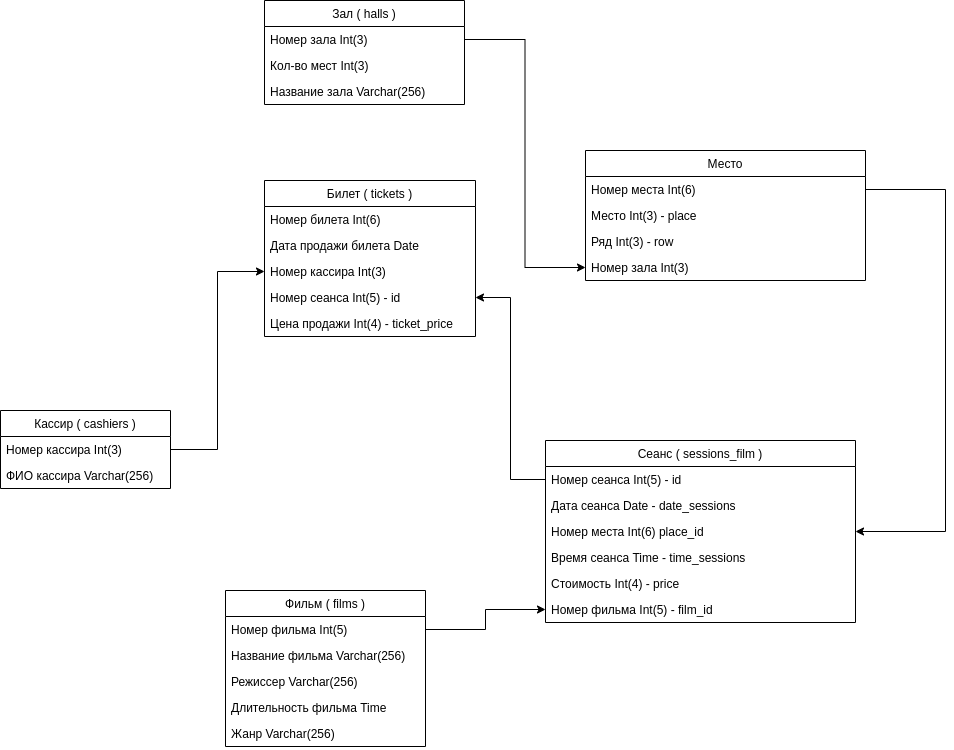
Earlier version of the draw.io export Модель базы данных для кинотеатров.png (otusteamedu/PHP2021). Source tidied: cells renumbered, new cells last; positions are measured from the earlier drawing's top-left corner, leaving out a move shared by most shapes. The source it was exported from:
```xml
<mxGraphModel>
  <root>
    <mxCell id="0" />
    <mxCell id="1" parent="0" />
    <mxCell id="2" value="Зал ( halls )" style="swimlane;fontStyle=0;horizontal=1;startSize=26;" parent="1" vertex="1">
      <mxGeometry x="264" width="200" height="104" as="geometry" />
    </mxCell>
    <mxCell id="3" value="Номер зала Int(3)" style="text;strokeColor=none;fillColor=none;align=left;verticalAlign=top;spacingLeft=4;spacingRight=4;overflow=hidden;points=[[0,0.5],[1,0.5]];portConstraint=eastwest;" parent="2" vertex="1">
      <mxGeometry y="26" width="200" height="26" as="geometry" />
    </mxCell>
    <mxCell id="4" value="Кол-во мест Int(3)" style="text;strokeColor=none;fillColor=none;align=left;verticalAlign=top;spacingLeft=4;spacingRight=4;overflow=hidden;" parent="2" vertex="1">
      <mxGeometry y="52" width="200" height="26" as="geometry" />
    </mxCell>
    <mxCell id="5" value="Название зала Varchar(256)" style="text;strokeColor=none;fillColor=none;align=left;verticalAlign=top;spacingLeft=4;spacingRight=4;overflow=hidden;" parent="2" vertex="1">
      <mxGeometry y="78" width="200" height="26" as="geometry" />
    </mxCell>
    <mxCell id="6" value="Билет ( tickets )" style="swimlane;fontStyle=0;horizontal=1;startSize=26;" parent="1" vertex="1">
      <mxGeometry x="264" y="180" width="211" height="156" as="geometry" />
    </mxCell>
    <mxCell id="7" value="Номер билета Int(6)" style="text;strokeColor=none;fillColor=none;align=left;verticalAlign=top;spacingLeft=4;spacingRight=4;overflow=hidden;" parent="6" vertex="1">
      <mxGeometry y="26" width="211" height="26" as="geometry" />
    </mxCell>
    <mxCell id="8" value="Дата продажи билета Date" style="text;strokeColor=none;fillColor=none;align=left;verticalAlign=top;spacingLeft=4;spacingRight=4;overflow=hidden;" parent="6" vertex="1">
      <mxGeometry y="52" width="211" height="26" as="geometry" />
    </mxCell>
    <mxCell id="9" value="Номер кассира Int(3)" style="text;strokeColor=none;fillColor=none;align=left;verticalAlign=top;spacingLeft=4;spacingRight=4;overflow=hidden;points=[[0,0.5],[1,0.5]];portConstraint=eastwest;" parent="6" vertex="1">
      <mxGeometry y="78" width="211" height="26" as="geometry" />
    </mxCell>
    <mxCell id="10" value="Номер сеанса Int(5) - id" style="text;strokeColor=none;fillColor=none;align=left;verticalAlign=top;spacingLeft=4;spacingRight=4;overflow=hidden;points=[[0,0.5],[1,0.5]];portConstraint=eastwest;" parent="6" vertex="1">
      <mxGeometry y="104" width="211" height="26" as="geometry" />
    </mxCell>
    <mxCell id="11" value="Цена продажи Int(4) - ticket_price&#10; " style="text;strokeColor=none;fillColor=none;align=left;verticalAlign=top;spacingLeft=4;spacingRight=4;overflow=hidden;" parent="6" vertex="1">
      <mxGeometry y="130" width="211" height="26" as="geometry" />
    </mxCell>
    <mxCell id="12" value="Сеанс ( sessions_film )" style="swimlane;fontStyle=0;horizontal=1;startSize=26;" parent="1" vertex="1">
      <mxGeometry x="545" y="440" width="310" height="182" as="geometry" />
    </mxCell>
    <mxCell id="13" value="Номер сеанса Int(5) - id" style="text;strokeColor=none;fillColor=none;align=left;verticalAlign=top;spacingLeft=4;spacingRight=4;overflow=hidden;points=[[0,0.5],[1,0.5]];portConstraint=eastwest;" parent="12" vertex="1">
      <mxGeometry y="26" width="310" height="26" as="geometry" />
    </mxCell>
    <mxCell id="14" value="Дата сеанса Date - date_sessions" style="text;strokeColor=none;fillColor=none;align=left;verticalAlign=top;spacingLeft=4;spacingRight=4;overflow=hidden;" parent="12" vertex="1">
      <mxGeometry y="52" width="310" height="26" as="geometry" />
    </mxCell>
    <mxCell id="15" value="Номер места Int(6) place_id" style="text;strokeColor=none;fillColor=none;align=left;verticalAlign=top;spacingLeft=4;spacingRight=4;overflow=hidden;points=[[0,0.5],[1,0.5]];portConstraint=eastwest;" parent="12" vertex="1">
      <mxGeometry y="78" width="310" height="26" as="geometry" />
    </mxCell>
    <mxCell id="16" value="Время сеанса Time - time_sessions" style="text;strokeColor=none;fillColor=none;align=left;verticalAlign=top;spacingLeft=4;spacingRight=4;overflow=hidden;" parent="12" vertex="1">
      <mxGeometry y="104" width="310" height="26" as="geometry" />
    </mxCell>
    <mxCell id="17" value="Стоимость Int(4) - price" style="text;strokeColor=none;fillColor=none;align=left;verticalAlign=top;spacingLeft=4;spacingRight=4;overflow=hidden;" parent="12" vertex="1">
      <mxGeometry y="130" width="310" height="26" as="geometry" />
    </mxCell>
    <mxCell id="18" value="Номер фильма Int(5) - film_id" style="text;strokeColor=none;fillColor=none;align=left;verticalAlign=top;spacingLeft=4;spacingRight=4;overflow=hidden;points=[[0,0.5],[1,0.5]];portConstraint=eastwest;" parent="12" vertex="1">
      <mxGeometry y="156" width="310" height="26" as="geometry" />
    </mxCell>
    <mxCell id="19" value="Фильм ( films )" style="swimlane;fontStyle=0;horizontal=1;startSize=26;" parent="1" vertex="1">
      <mxGeometry x="225" y="590" width="200" height="156" as="geometry" />
    </mxCell>
    <mxCell id="20" value="Номер фильма Int(5)" style="text;strokeColor=none;fillColor=none;align=left;verticalAlign=top;spacingLeft=4;spacingRight=4;overflow=hidden;points=[[0,0.5],[1,0.5]];portConstraint=eastwest;" parent="19" vertex="1">
      <mxGeometry y="26" width="200" height="26" as="geometry" />
    </mxCell>
    <mxCell id="21" value="Название фильма Varchar(256)" style="text;strokeColor=none;fillColor=none;align=left;verticalAlign=top;spacingLeft=4;spacingRight=4;overflow=hidden;" parent="19" vertex="1">
      <mxGeometry y="52" width="200" height="26" as="geometry" />
    </mxCell>
    <mxCell id="22" value="Режиссер Varchar(256)" style="text;strokeColor=none;fillColor=none;align=left;verticalAlign=top;spacingLeft=4;spacingRight=4;overflow=hidden;" parent="19" vertex="1">
      <mxGeometry y="78" width="200" height="26" as="geometry" />
    </mxCell>
    <mxCell id="23" value="Длительность фильма Time" style="text;strokeColor=none;fillColor=none;align=left;verticalAlign=top;spacingLeft=4;spacingRight=4;overflow=hidden;" parent="19" vertex="1">
      <mxGeometry y="104" width="200" height="26" as="geometry" />
    </mxCell>
    <mxCell id="24" value="Жанр Varchar(256)" style="text;strokeColor=none;fillColor=none;align=left;verticalAlign=top;spacingLeft=4;spacingRight=4;overflow=hidden;" parent="19" vertex="1">
      <mxGeometry y="130" width="200" height="26" as="geometry" />
    </mxCell>
    <mxCell id="25" value="Кассир ( cashiers )" style="swimlane;fontStyle=0;horizontal=1;startSize=26;" parent="1" vertex="1">
      <mxGeometry y="410" width="170" height="78" as="geometry" />
    </mxCell>
    <mxCell id="26" value="Номер кассира Int(3)" style="text;strokeColor=none;fillColor=none;align=left;verticalAlign=top;spacingLeft=4;spacingRight=4;overflow=hidden;points=[[0,0.5],[1,0.5]];portConstraint=eastwest;" parent="25" vertex="1">
      <mxGeometry y="26" width="170" height="26" as="geometry" />
    </mxCell>
    <mxCell id="27" value="ФИО кассира Varchar(256)" style="text;strokeColor=none;fillColor=none;align=left;verticalAlign=top;spacingLeft=4;spacingRight=4;overflow=hidden;" parent="25" vertex="1">
      <mxGeometry y="52" width="170" height="26" as="geometry" />
    </mxCell>
    <mxCell id="28" style="edgeStyle=orthogonalEdgeStyle;rounded=0;jettySize=auto;html=1;entryX=0;entryY=0.5;entryDx=0;entryDy=0;" parent="1" edge="1" source="26" target="9">
      <mxGeometry relative="1" as="geometry" />
    </mxCell>
    <mxCell id="29" style="edgeStyle=orthogonalEdgeStyle;rounded=0;jettySize=auto;html=1;entryX=0;entryY=0.5;entryDx=0;entryDy=0;" parent="1" edge="1" source="20" target="18">
      <mxGeometry relative="1" as="geometry" />
    </mxCell>
    <mxCell id="30" value="Место" style="swimlane;fontStyle=0;horizontal=1;startSize=26;" parent="1" vertex="1">
      <mxGeometry x="585" y="150" width="280" height="130" as="geometry" />
    </mxCell>
    <mxCell id="31" value="Номер места Int(6)" style="text;strokeColor=none;fillColor=none;align=left;verticalAlign=top;spacingLeft=4;spacingRight=4;overflow=hidden;points=[[0,0.5],[1,0.5]];portConstraint=eastwest;" parent="30" vertex="1">
      <mxGeometry y="26" width="280" height="26" as="geometry" />
    </mxCell>
    <mxCell id="32" value="Место Int(3) - place" style="text;strokeColor=none;fillColor=none;align=left;verticalAlign=top;spacingLeft=4;spacingRight=4;overflow=hidden;" parent="30" vertex="1">
      <mxGeometry y="52" width="280" height="26" as="geometry" />
    </mxCell>
    <mxCell id="33" value="Ряд Int(3) - row" style="text;strokeColor=none;fillColor=none;align=left;verticalAlign=top;spacingLeft=4;spacingRight=4;overflow=hidden;" parent="30" vertex="1">
      <mxGeometry y="78" width="280" height="26" as="geometry" />
    </mxCell>
    <mxCell id="34" value="Номер зала Int(3)" style="text;strokeColor=none;fillColor=none;align=left;verticalAlign=top;spacingLeft=4;spacingRight=4;overflow=hidden;points=[[0,0.5],[1,0.5]];portConstraint=eastwest;" parent="30" vertex="1">
      <mxGeometry y="104" width="280" height="26" as="geometry" />
    </mxCell>
    <mxCell id="35" style="edgeStyle=orthogonalEdgeStyle;rounded=0;jettySize=auto;html=1;entryX=1;entryY=0.5;entryDx=0;entryDy=0;" parent="1" edge="1" source="13" target="10">
      <mxGeometry relative="1" as="geometry" />
    </mxCell>
    <mxCell id="36" style="edgeStyle=orthogonalEdgeStyle;rounded=0;jettySize=auto;html=1;entryX=0;entryY=0.5;entryDx=0;entryDy=0;" parent="1" edge="1" source="3" target="34">
      <mxGeometry relative="1" as="geometry" />
    </mxCell>
    <mxCell id="37" style="edgeStyle=orthogonalEdgeStyle;rounded=0;jettySize=auto;html=1;entryX=1;entryY=0.5;entryDx=0;entryDy=0;" parent="1" edge="1" source="31" target="15">
      <mxGeometry relative="1" as="geometry">
        <Array as="points">
          <mxPoint x="945" y="189" />
          <mxPoint x="945" y="531" />
        </Array>
      </mxGeometry>
    </mxCell>
  </root>
</mxGraphModel>
```
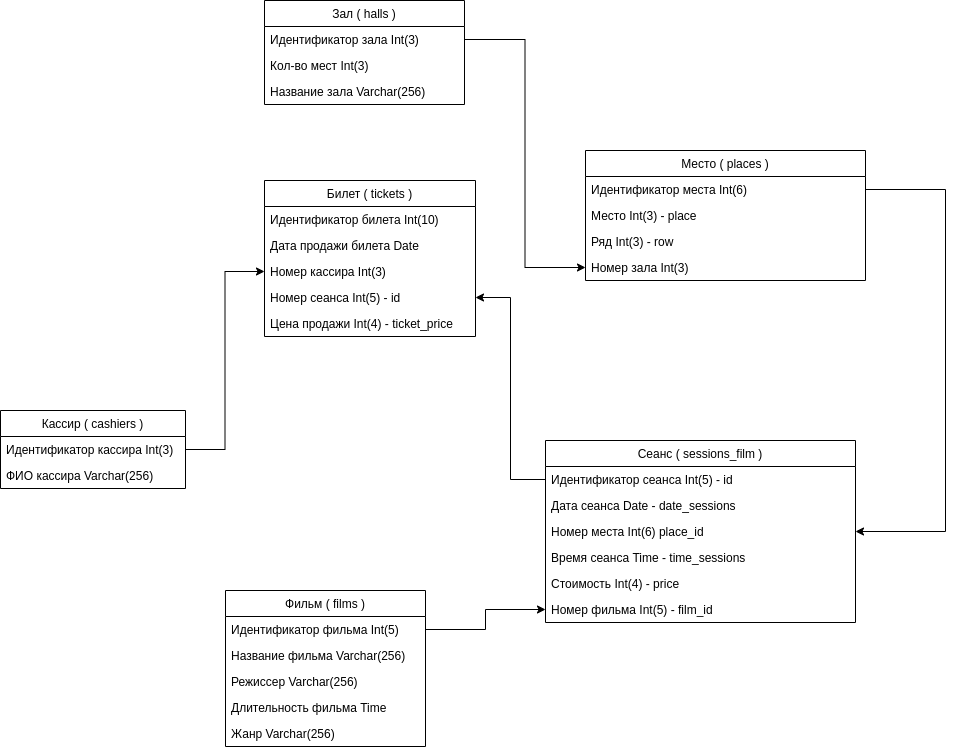
The same diagram one commit later.

Commit message:
Внес правки в таблицу билетов

Change to the diagram source:
```diff
@@ -5,7 +5,7 @@
     <mxCell id="2" value="Зал ( halls )" style="swimlane;fontStyle=0;horizontal=1;startSize=26;" parent="1" vertex="1">
       <mxGeometry x="264" width="200" height="104" as="geometry" />
     </mxCell>
-    <mxCell id="3" value="Номер зала Int(3)" style="text;strokeColor=none;fillColor=none;align=left;verticalAlign=top;spacingLeft=4;spacingRight=4;overflow=hidden;points=[[0,0.5],[1,0.5]];portConstraint=eastwest;" parent="2" vertex="1">
+    <mxCell id="3" value="Идентификатор зала Int(3)" style="text;strokeColor=none;fillColor=none;align=left;verticalAlign=top;spacingLeft=4;spacingRight=4;overflow=hidden;points=[[0,0.5],[1,0.5]];portConstraint=eastwest;" parent="2" vertex="1">
       <mxGeometry y="26" width="200" height="26" as="geometry" />
     </mxCell>
     <mxCell id="4" value="Кол-во мест Int(3)" style="text;strokeColor=none;fillColor=none;align=left;verticalAlign=top;spacingLeft=4;spacingRight=4;overflow=hidden;" parent="2" vertex="1">
@@ -17,7 +17,7 @@
     <mxCell id="6" value="Билет ( tickets )" style="swimlane;fontStyle=0;horizontal=1;startSize=26;" parent="1" vertex="1">
       <mxGeometry x="264" y="180" width="211" height="156" as="geometry" />
     </mxCell>
-    <mxCell id="7" value="Номер билета Int(6)" style="text;strokeColor=none;fillColor=none;align=left;verticalAlign=top;spacingLeft=4;spacingRight=4;overflow=hidden;" parent="6" vertex="1">
+    <mxCell id="7" value="Идентификатор билета Int(10)" style="text;strokeColor=none;fillColor=none;align=left;verticalAlign=top;spacingLeft=4;spacingRight=4;overflow=hidden;" parent="6" vertex="1">
       <mxGeometry y="26" width="211" height="26" as="geometry" />
     </mxCell>
     <mxCell id="8" value="Дата продажи билета Date" style="text;strokeColor=none;fillColor=none;align=left;verticalAlign=top;spacingLeft=4;spacingRight=4;overflow=hidden;" parent="6" vertex="1">
@@ -35,7 +35,7 @@
     <mxCell id="12" value="Сеанс ( sessions_film )" style="swimlane;fontStyle=0;horizontal=1;startSize=26;" parent="1" vertex="1">
       <mxGeometry x="545" y="440" width="310" height="182" as="geometry" />
     </mxCell>
-    <mxCell id="13" value="Номер сеанса Int(5) - id" style="text;strokeColor=none;fillColor=none;align=left;verticalAlign=top;spacingLeft=4;spacingRight=4;overflow=hidden;points=[[0,0.5],[1,0.5]];portConstraint=eastwest;" parent="12" vertex="1">
+    <mxCell id="13" value="Идентификатор сеанса Int(5) - id" style="text;strokeColor=none;fillColor=none;align=left;verticalAlign=top;spacingLeft=4;spacingRight=4;overflow=hidden;points=[[0,0.5],[1,0.5]];portConstraint=eastwest;" parent="12" vertex="1">
       <mxGeometry y="26" width="310" height="26" as="geometry" />
     </mxCell>
     <mxCell id="14" value="Дата сеанса Date - date_sessions" style="text;strokeColor=none;fillColor=none;align=left;verticalAlign=top;spacingLeft=4;spacingRight=4;overflow=hidden;" parent="12" vertex="1">
@@ -56,7 +56,7 @@
     <mxCell id="19" value="Фильм ( films )" style="swimlane;fontStyle=0;horizontal=1;startSize=26;" parent="1" vertex="1">
       <mxGeometry x="225" y="590" width="200" height="156" as="geometry" />
     </mxCell>
-    <mxCell id="20" value="Номер фильма Int(5)" style="text;strokeColor=none;fillColor=none;align=left;verticalAlign=top;spacingLeft=4;spacingRight=4;overflow=hidden;points=[[0,0.5],[1,0.5]];portConstraint=eastwest;" parent="19" vertex="1">
+    <mxCell id="20" value="Идентификатор фильма Int(5)" style="text;strokeColor=none;fillColor=none;align=left;verticalAlign=top;spacingLeft=4;spacingRight=4;overflow=hidden;points=[[0,0.5],[1,0.5]];portConstraint=eastwest;" parent="19" vertex="1">
       <mxGeometry y="26" width="200" height="26" as="geometry" />
     </mxCell>
     <mxCell id="21" value="Название фильма Varchar(256)" style="text;strokeColor=none;fillColor=none;align=left;verticalAlign=top;spacingLeft=4;spacingRight=4;overflow=hidden;" parent="19" vertex="1">
@@ -72,13 +72,13 @@
       <mxGeometry y="130" width="200" height="26" as="geometry" />
     </mxCell>
     <mxCell id="25" value="Кассир ( cashiers )" style="swimlane;fontStyle=0;horizontal=1;startSize=26;" parent="1" vertex="1">
-      <mxGeometry y="410" width="170" height="78" as="geometry" />
+      <mxGeometry y="410" width="185" height="78" as="geometry" />
     </mxCell>
-    <mxCell id="26" value="Номер кассира Int(3)" style="text;strokeColor=none;fillColor=none;align=left;verticalAlign=top;spacingLeft=4;spacingRight=4;overflow=hidden;points=[[0,0.5],[1,0.5]];portConstraint=eastwest;" parent="25" vertex="1">
-      <mxGeometry y="26" width="170" height="26" as="geometry" />
+    <mxCell id="26" value="Идентификатор кассира Int(3)" style="text;strokeColor=none;fillColor=none;align=left;verticalAlign=top;spacingLeft=4;spacingRight=4;overflow=hidden;points=[[0,0.5],[1,0.5]];portConstraint=eastwest;" parent="25" vertex="1">
+      <mxGeometry y="26" width="185" height="26" as="geometry" />
     </mxCell>
     <mxCell id="27" value="ФИО кассира Varchar(256)" style="text;strokeColor=none;fillColor=none;align=left;verticalAlign=top;spacingLeft=4;spacingRight=4;overflow=hidden;" parent="25" vertex="1">
-      <mxGeometry y="52" width="170" height="26" as="geometry" />
+      <mxGeometry y="52" width="185" height="26" as="geometry" />
     </mxCell>
     <mxCell id="28" style="edgeStyle=orthogonalEdgeStyle;rounded=0;jettySize=auto;html=1;entryX=0;entryY=0.5;entryDx=0;entryDy=0;" parent="1" edge="1" source="26" target="9">
       <mxGeometry relative="1" as="geometry" />
@@ -86,10 +86,10 @@
     <mxCell id="29" style="edgeStyle=orthogonalEdgeStyle;rounded=0;jettySize=auto;html=1;entryX=0;entryY=0.5;entryDx=0;entryDy=0;" parent="1" edge="1" source="20" target="18">
       <mxGeometry relative="1" as="geometry" />
     </mxCell>
-    <mxCell id="30" value="Место" style="swimlane;fontStyle=0;horizontal=1;startSize=26;" parent="1" vertex="1">
+    <mxCell id="30" value="Место ( places )" style="swimlane;fontStyle=0;horizontal=1;startSize=26;" parent="1" vertex="1">
       <mxGeometry x="585" y="150" width="280" height="130" as="geometry" />
     </mxCell>
-    <mxCell id="31" value="Номер места Int(6)" style="text;strokeColor=none;fillColor=none;align=left;verticalAlign=top;spacingLeft=4;spacingRight=4;overflow=hidden;points=[[0,0.5],[1,0.5]];portConstraint=eastwest;" parent="30" vertex="1">
+    <mxCell id="31" value="Идентификатор места Int(6)" style="text;strokeColor=none;fillColor=none;align=left;verticalAlign=top;spacingLeft=4;spacingRight=4;overflow=hidden;points=[[0,0.5],[1,0.5]];portConstraint=eastwest;" parent="30" vertex="1">
       <mxGeometry y="26" width="280" height="26" as="geometry" />
     </mxCell>
     <mxCell id="32" value="Место Int(3) - place" style="text;strokeColor=none;fillColor=none;align=left;verticalAlign=top;spacingLeft=4;spacingRight=4;overflow=hidden;" parent="30" vertex="1">
```
